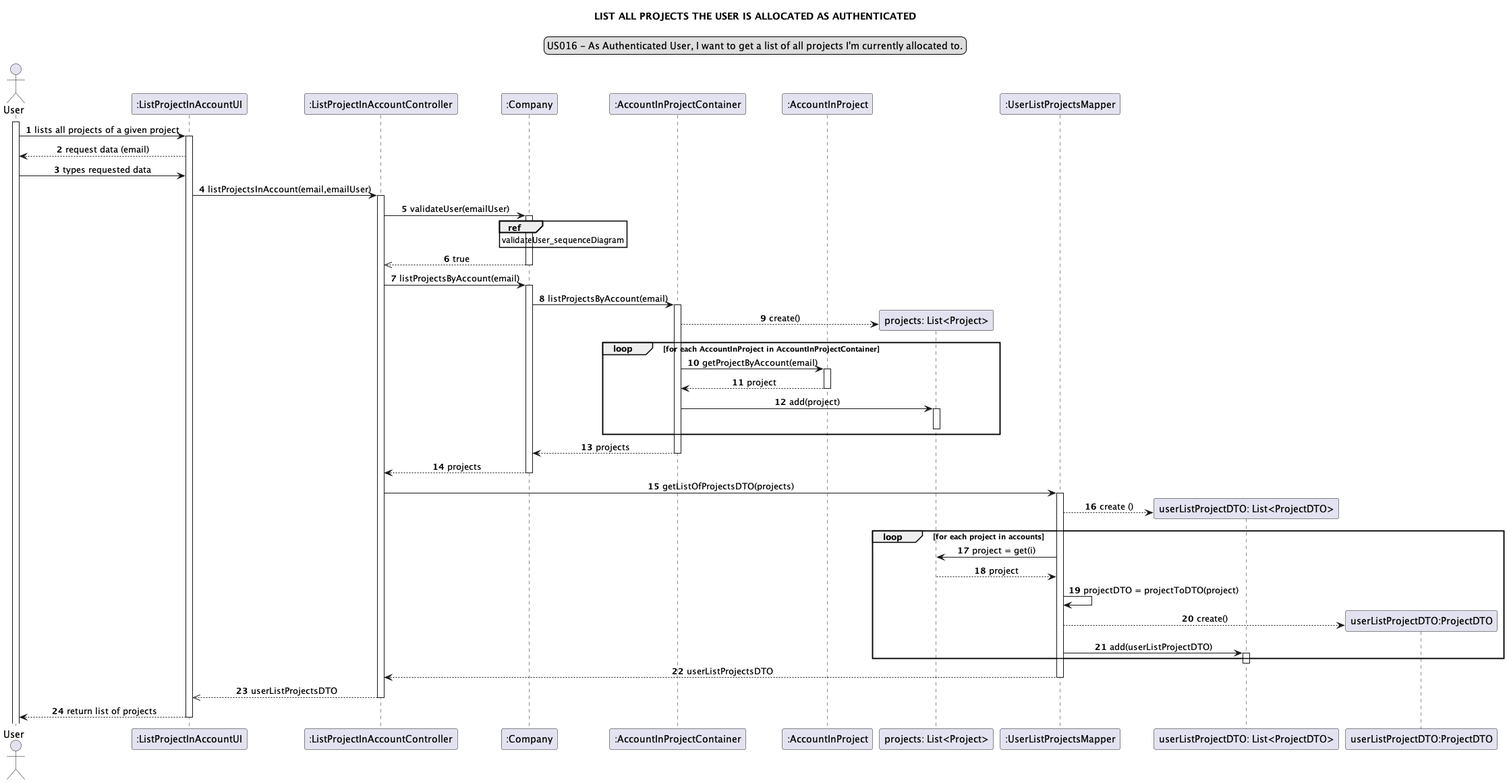
Earlier version of the PlantUML export docs/modelling_design/user_stories/sprint02/us016/US016_sequenceDiagram-LIST_ALL_PROJECTS_THE_USER_IS_ALLOCATED_AS_AUTHENTICATED.png (Loracline/project_switch_22-23). The source it was exported from:
```plantuml
@startuml
skinparam sequenceMessageAlign center
title LIST ALL PROJECTS THE USER IS ALLOCATED AS AUTHENTICATED
legend top
US016 - As Authenticated User, I want to get a list of all projects I'm currently allocated to.
end legend
autonumber
actor User
participant ":ListProjectInAccountUI" as ui
participant ":ListProjectInAccountController" as controller
participant ":Company" as company
participant ":AccountInProjectContainer" as aipc
participant ":AccountInProject" as aip
participant "projects: List<Project>" as list
participant ":UserListProjectsMapper" as pm
participant "userListProjectDTO: List<ProjectDTO>" as listDTO
participant "userListProjectDTO:ProjectDTO" as DTO
activate User
User -> ui: lists all projects of a given project
activate ui
ui --> User: request data (email)
User -> ui: types requested data
ui -> controller: listProjectsInAccount(email,emailUser)
activate controller
controller -> company: validateUser(emailUser)
activate company
ref over company: validateUser_sequenceDiagram
company -->> controller: true
deactivate company
controller -> company: listProjectsByAccount(email)
activate company
company -> aipc: listProjectsByAccount(email)
activate aipc
create list
aipc --> list :create()
loop for each AccountInProject in AccountInProjectContainer
aipc -> aip : getProjectByAccount(email)
activate aip
aip --> aipc : project
deactivate aip
aipc -> list : add(project)
activate list
deactivate list
end loop
aipc --> company : projects
deactivate aipc
company --> controller: projects
deactivate company
controller -> pm: getListOfProjectsDTO(projects)
activate pm
create listDTO
pm --> listDTO: create ()
loop for each project in accounts
pm -> list: project = get(i)
list --> pm: project
pm -> pm: projectDTO = projectToDTO(project)
create DTO
pm --> DTO : create()
pm ->listDTO :add(userListProjectDTO)
activate listDTO
end loop
deactivate listDTO
pm --> controller :userListProjectsDTO
deactivate pm
controller -->> ui: userListProjectsDTO
deactivate controller
ui --> User: return list of projects
deactivate ui
@enduml
```
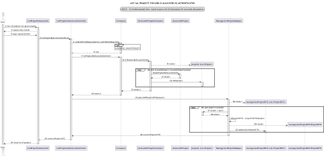
After the change.

The edit, as a diff of the source:
```diff
@@ -7,27 +7,27 @@
 autonumber
 actor User
 participant ":ListProjectInAccountUI" as ui
-participant ":ListProjectInAccountController" as controller
+participant ":ListProjectsInAccountController" as controller
 participant ":Company" as company
 participant ":AccountInProjectContainer" as aipc
 participant ":AccountInProject" as aip
 participant "projects: List<Project>" as list
-participant ":UserListProjectsMapper" as pm
-participant "userListProjectDTO: List<ProjectDTO>" as listDTO
-participant "userListProjectDTO:ProjectDTO" as DTO
+participant ":ManagerListProjectsMapper" as pm
+participant "managerListProjectDTO: List<ProjectDTO>" as listDTO
+participant "managerListProjectDTO:ProjectDTO" as DTO
 activate User
 User -> ui: lists all projects of a given project
 activate ui
 ui --> User: request data (email)
 User -> ui: types requested data
-ui -> controller: listProjectsInAccount(email,emailUser)
+ui -> controller: listProjectsByAccount(emailUser)
 activate controller
-controller -> company: validateUser(emailUser)
+controller -> company: validateProfileRequired(email, profileNameRequired)
 activate company
 ref over company: validateUser_sequenceDiagram
 company -->> controller: true
 deactivate company
-controller -> company: listProjectsByAccount(email)
+controller -> company: listProjectsByAccount(emailUser)
 activate company
 company -> aipc: listProjectsByAccount(email)
 activate aipc
@@ -52,7 +52,9 @@
 pm --> listDTO: create ()
 loop for each project in accounts
 pm -> list: project = get(i)
+activate list
 list --> pm: project
+deactivate list
 pm -> pm: projectDTO = projectToDTO(project)
 create DTO
 pm --> DTO : create()
@@ -64,6 +66,6 @@
 deactivate pm
 controller -->> ui: userListProjectsDTO
 deactivate controller
-ui --> User: return list of projects
+ui --> User: show list of projects
 deactivate ui
 @enduml
```
